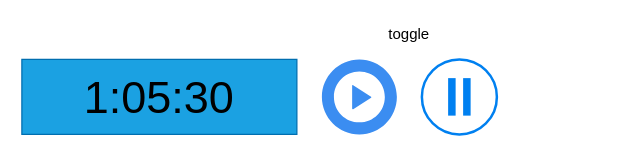
Earlier version of the draw.io diagram mockup.drawio (adiguno/stopWatchExtension). Source tidied: cells renumbered, new cells numbered last; positions are measured from the earlier drawing's top-left corner, leaving out a move shared by most shapes. Both pictures are drawn from the tidied source at 125%, with x=0, y=0 at pixel (21, 21).
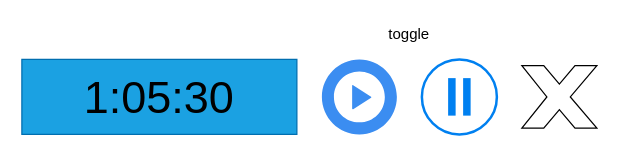
Above is the later version.

Diff of the diagram source:
```diff
@@
 <mxGraphModel>
   <root>
     <mxCell id="0" />
     <mxCell id="1" parent="0" />
     <mxCell id="2" style="rounded=0;whiteSpace=wrap;html=1;fillColor=#1ba1e2;strokeColor=#006EAF;fontColor=#ffffff;" parent="1" vertex="1">
       <mxGeometry y="30" width="220" height="60" as="geometry" />
     </mxCell>
     <mxCell id="3" value="&lt;font style=&quot;font-size: 36px&quot;&gt;1:05:30&lt;/font&gt;" style="text;html=1;strokeColor=none;fillColor=none;align=center;verticalAlign=middle;whiteSpace=wrap;rounded=0;" parent="1" vertex="1">
       <mxGeometry x="10" y="30" width="200" height="60" as="geometry" />
     </mxCell>
     <mxCell id="4" style="html=1;strokeColor=none;shadow=0;align=center;verticalAlign=top;fillColor=#3B8DF1;shape=mxgraph.gcp2.play_start;" parent="1" vertex="1">
       <mxGeometry x="240" y="30" width="60" height="60" as="geometry" />
     </mxCell>
     <mxCell id="5" style="html=1;verticalLabelPosition=bottom;labelBackgroundColor=#ffffff;verticalAlign=top;shadow=0;dashed=0;strokeWidth=2;shape=mxgraph.ios7.misc.pause;strokeColor=#0080f0;" parent="1" vertex="1">
       <mxGeometry x="320" y="30" width="60" height="60" as="geometry" />
     </mxCell>
     <mxCell id="6" value="toggle" style="text;html=1;strokeColor=none;fillColor=none;align=center;verticalAlign=middle;whiteSpace=wrap;rounded=0;" parent="1" vertex="1">
       <mxGeometry x="290" width="40" height="20" as="geometry" />
     </mxCell>
+    <mxCell id="7" style="verticalLabelPosition=bottom;verticalAlign=top;html=1;shape=mxgraph.basic.x;" parent="1" vertex="1">
+      <mxGeometry x="400" y="35" width="60" height="50" as="geometry" />
+    </mxCell>
   </root>
 </mxGraphModel>
```
